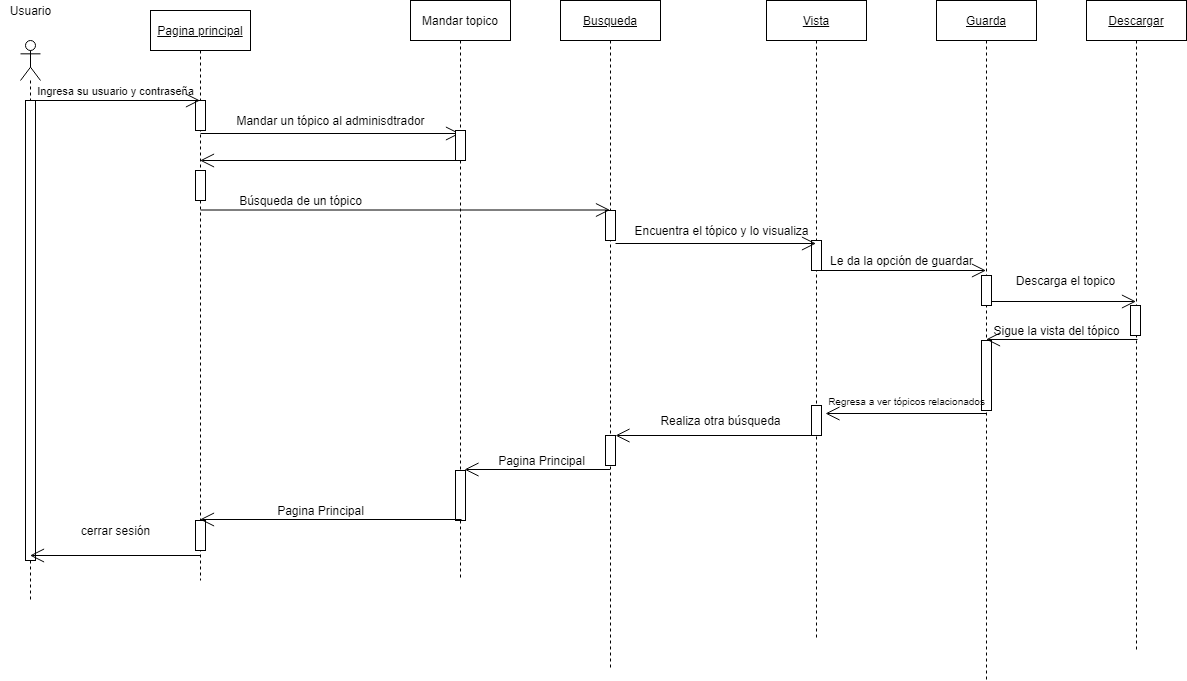
This is Diagramas/Diagramadesecuencausuario.drawio.png from vanessamRodriguez/Analisis-Avanzado-de-Software, a draw.io export, as it was before one commit. Source tidied: cells renumbered, new cells last; positions are measured from the earlier drawing's top-left corner, leaving out a move shared by most shapes. Its diagram source:
```xml
<mxGraphModel>
  <root>
    <mxCell id="0" />
    <mxCell id="1" parent="0" />
    <mxCell id="2" value="&lt;u&gt;Pagina principal&lt;/u&gt;" style="shape=umlLifeline;perimeter=lifelinePerimeter;whiteSpace=wrap;html=1;outlineConnect=0;" parent="1" vertex="1">
      <mxGeometry x="150" y="10" width="100" height="570" as="geometry" />
    </mxCell>
    <mxCell id="3" style="html=1;perimeter=orthogonalPerimeter;" parent="2" vertex="1">
      <mxGeometry x="45" y="90" width="10" height="30" as="geometry" />
    </mxCell>
    <mxCell id="4" style="endArrow=open;endFill=1;endSize=12;html=1;" parent="2" edge="1" target="38">
      <mxGeometry relative="1" as="geometry">
        <mxPoint x="50" y="123" as="sourcePoint" />
      </mxGeometry>
    </mxCell>
    <mxCell id="5" style="html=1;points=[];perimeter=orthogonalPerimeter;" parent="2" vertex="1">
      <mxGeometry x="45" y="510" width="10" height="30" as="geometry" />
    </mxCell>
    <mxCell id="6" style="html=1;perimeter=orthogonalPerimeter;" parent="2" vertex="1">
      <mxGeometry x="45" y="160" width="10" height="30" as="geometry" />
    </mxCell>
    <mxCell id="7" style="shape=umlLifeline;participant=umlActor;perimeter=lifelinePerimeter;whiteSpace=wrap;html=1;verticalAlign=top;spacingTop=36;outlineConnect=0;" parent="1" vertex="1">
      <mxGeometry x="20" y="40" width="20" height="560" as="geometry" />
    </mxCell>
    <mxCell id="8" style="endArrow=open;endFill=1;endSize=12;html=1;" parent="7" edge="1" target="2">
      <mxGeometry relative="1" as="geometry">
        <mxPoint x="10" y="60" as="sourcePoint" />
      </mxGeometry>
    </mxCell>
    <mxCell id="9" style="html=1;perimeter=orthogonalPerimeter;" parent="7" vertex="1">
      <mxGeometry x="5" y="60" width="10" height="460" as="geometry" />
    </mxCell>
    <mxCell id="10" value="Usuario" style="text;html=1;align=center;verticalAlign=middle;strokeColor=none;" parent="1" vertex="1">
      <mxGeometry width="60" height="20" as="geometry" />
    </mxCell>
    <mxCell id="11" value="&lt;font style=&quot;font-size: 11px&quot;&gt;Ingresa su usuario y contraseña&lt;/font&gt;" style="text;html=1;align=center;verticalAlign=middle;strokeColor=none;" parent="1" vertex="1">
      <mxGeometry x="30" y="80" width="170" height="20" as="geometry" />
    </mxCell>
    <mxCell id="12" value="&lt;u&gt;Busqueda&lt;/u&gt;" style="shape=umlLifeline;perimeter=lifelinePerimeter;whiteSpace=wrap;html=1;outlineConnect=0;" parent="1" vertex="1">
      <mxGeometry x="560" width="100" height="670" as="geometry" />
    </mxCell>
    <mxCell id="13" style="html=1;points=[];perimeter=orthogonalPerimeter;" parent="12" vertex="1">
      <mxGeometry x="45" y="210" width="10" height="30" as="geometry" />
    </mxCell>
    <mxCell id="14" style="html=1;points=[];perimeter=orthogonalPerimeter;" parent="12" vertex="1">
      <mxGeometry x="45" y="435" width="10" height="30" as="geometry" />
    </mxCell>
    <mxCell id="15" value="&lt;u&gt;Vista&lt;/u&gt;" style="shape=umlLifeline;perimeter=lifelinePerimeter;whiteSpace=wrap;html=1;outlineConnect=0;" parent="1" vertex="1">
      <mxGeometry x="766" width="100" height="640" as="geometry" />
    </mxCell>
    <mxCell id="16" style="html=1;perimeter=orthogonalPerimeter;" parent="15" vertex="1">
      <mxGeometry x="45" y="240" width="10" height="30" as="geometry" />
    </mxCell>
    <mxCell id="17" style="html=1;points=[];perimeter=orthogonalPerimeter;" parent="15" vertex="1">
      <mxGeometry x="45" y="405" width="10" height="30" as="geometry" />
    </mxCell>
    <mxCell id="18" value="&lt;u&gt;Guarda&lt;/u&gt;" style="shape=umlLifeline;perimeter=lifelinePerimeter;whiteSpace=wrap;html=1;outlineConnect=0;" parent="1" vertex="1">
      <mxGeometry x="936" width="100" height="680" as="geometry" />
    </mxCell>
    <mxCell id="19" style="html=1;points=[];perimeter=orthogonalPerimeter;" parent="18" vertex="1">
      <mxGeometry x="45" y="275" width="10" height="30" as="geometry" />
    </mxCell>
    <mxCell id="20" style="html=1;perimeter=orthogonalPerimeter;" parent="18" vertex="1">
      <mxGeometry x="45" y="340" width="10" height="70" as="geometry" />
    </mxCell>
    <mxCell id="21" value="Mandar un tópico al adminisdtrador" style="text;html=1;align=center;verticalAlign=middle;strokeColor=none;" parent="1" vertex="1">
      <mxGeometry x="230" y="110" width="200" height="20" as="geometry" />
    </mxCell>
    <mxCell id="22" value="Encuentra el tópico y lo visualiza" style="text;html=1;align=center;verticalAlign=middle;strokeColor=none;" parent="1" vertex="1">
      <mxGeometry x="626" y="220" width="190" height="20" as="geometry" />
    </mxCell>
    <mxCell id="23" value="Le da la opción de guardar" style="text;html=1;align=center;verticalAlign=middle;strokeColor=none;" parent="1" vertex="1">
      <mxGeometry x="821" y="250" width="160" height="20" as="geometry" />
    </mxCell>
    <mxCell id="24" style="endArrow=open;endFill=1;endSize=12;html=1;entryX=1.4;entryY=0.267;entryDx=0;entryDy=0;entryPerimeter=0;" parent="1" edge="1" source="18" target="17">
      <mxGeometry relative="1" as="geometry" />
    </mxCell>
    <mxCell id="25" value="&lt;font style=&quot;font-size: 10px&quot;&gt;Regresa a ver tópicos relacionados&lt;/font&gt;" style="text;html=1;align=center;verticalAlign=middle;strokeColor=none;" parent="1" vertex="1">
      <mxGeometry x="821" y="390" width="170" height="20" as="geometry" />
    </mxCell>
    <mxCell id="26" style="endArrow=open;endFill=1;endSize=12;html=1;" parent="1" edge="1" source="15" target="14">
      <mxGeometry relative="1" as="geometry" />
    </mxCell>
    <mxCell id="27" value="Realiza otra búsqueda" style="text;html=1;align=center;verticalAlign=middle;strokeColor=none;" parent="1" vertex="1">
      <mxGeometry x="650" y="410" width="140" height="20" as="geometry" />
    </mxCell>
    <mxCell id="28" style="endArrow=open;endFill=1;endSize=12;html=1;entryX=0.9;entryY=-0.02;entryDx=0;entryDy=0;entryPerimeter=0;" parent="1" edge="1" source="12" target="40">
      <mxGeometry relative="1" as="geometry" />
    </mxCell>
    <mxCell id="29" value="Pagina Principal" style="text;html=1;align=center;verticalAlign=middle;strokeColor=none;" parent="1" vertex="1">
      <mxGeometry x="491" y="450" width="100" height="20" as="geometry" />
    </mxCell>
    <mxCell id="30" style="endArrow=open;endFill=1;endSize=12;html=1;exitX=0.5;exitY=1.167;exitDx=0;exitDy=0;exitPerimeter=0;" parent="1" edge="1" source="5" target="7">
      <mxGeometry relative="1" as="geometry" />
    </mxCell>
    <mxCell id="31" value="cerrar sesión" style="text;html=1;align=center;verticalAlign=middle;strokeColor=none;" parent="1" vertex="1">
      <mxGeometry x="75" y="520" width="80" height="20" as="geometry" />
    </mxCell>
    <mxCell id="32" value="&lt;u&gt;Descargar&lt;/u&gt;" style="shape=umlLifeline;perimeter=lifelinePerimeter;whiteSpace=wrap;html=1;outlineConnect=0;" parent="1" vertex="1">
      <mxGeometry x="1086" width="100" height="650" as="geometry" />
    </mxCell>
    <mxCell id="33" style="html=1;points=[];perimeter=orthogonalPerimeter;" parent="32" vertex="1">
      <mxGeometry x="44" y="305" width="10" height="30" as="geometry" />
    </mxCell>
    <mxCell id="34" style="endArrow=open;endFill=1;endSize=12;html=1;exitX=1;exitY=0.867;exitDx=0;exitDy=0;exitPerimeter=0;" parent="1" edge="1" source="19" target="32">
      <mxGeometry relative="1" as="geometry" />
    </mxCell>
    <mxCell id="35" value="Descarga el topico" style="text;html=1;align=center;verticalAlign=middle;strokeColor=none;" parent="1" vertex="1">
      <mxGeometry x="1010" y="270" width="110" height="20" as="geometry" />
    </mxCell>
    <mxCell id="36" style="endArrow=open;endFill=1;endSize=12;html=1;exitX=0.7;exitY=1.133;exitDx=0;exitDy=0;exitPerimeter=0;" parent="1" edge="1" source="33" target="18">
      <mxGeometry relative="1" as="geometry" />
    </mxCell>
    <mxCell id="37" value="Sigue la vista del tópico" style="text;html=1;align=center;verticalAlign=middle;points=[];strokeColor=none;" parent="1" vertex="1">
      <mxGeometry x="986" y="320" width="140" height="20" as="geometry" />
    </mxCell>
    <mxCell id="38" value="Mandar topico" style="shape=umlLifeline;perimeter=lifelinePerimeter;whiteSpace=wrap;html=1;outlineConnect=0;" parent="1" vertex="1">
      <mxGeometry x="410" width="100" height="580" as="geometry" />
    </mxCell>
    <mxCell id="39" style="html=1;points=[];perimeter=orthogonalPerimeter;" parent="38" vertex="1">
      <mxGeometry x="45" y="130" width="10" height="30" as="geometry" />
    </mxCell>
    <mxCell id="40" style="html=1;points=[];perimeter=orthogonalPerimeter;" parent="38" vertex="1">
      <mxGeometry x="45" y="470" width="10" height="50" as="geometry" />
    </mxCell>
    <mxCell id="41" style="endArrow=open;endFill=1;endSize=12;html=1;" parent="1" edge="1" target="2">
      <mxGeometry relative="1" as="geometry">
        <mxPoint x="460" y="160" as="sourcePoint" />
      </mxGeometry>
    </mxCell>
    <mxCell id="42" style="endArrow=open;endFill=1;endSize=12;html=1;" parent="1" edge="1" target="12">
      <mxGeometry relative="1" as="geometry">
        <mxPoint x="200" y="209.5" as="sourcePoint" />
      </mxGeometry>
    </mxCell>
    <mxCell id="43" value="Búsqueda de un tópico" style="text;html=1;align=center;verticalAlign=middle;strokeColor=none;" parent="1" vertex="1">
      <mxGeometry x="230" y="190" width="140" height="20" as="geometry" />
    </mxCell>
    <mxCell id="44" style="endArrow=open;endFill=1;endSize=12;html=1;exitX=1;exitY=1.1;exitDx=0;exitDy=0;exitPerimeter=0;" parent="1" edge="1" source="13" target="15">
      <mxGeometry relative="1" as="geometry" />
    </mxCell>
    <mxCell id="45" style="endArrow=open;endFill=1;endSize=12;html=1;exitX=0.6;exitY=0.98;exitDx=0;exitDy=0;exitPerimeter=0;" parent="1" edge="1" source="40" target="2">
      <mxGeometry relative="1" as="geometry" />
    </mxCell>
    <mxCell id="46" value="Pagina Principal" style="text;html=1;align=center;verticalAlign=middle;strokeColor=none;" parent="1" vertex="1">
      <mxGeometry x="270" y="500" width="100" height="20" as="geometry" />
    </mxCell>
    <mxCell id="47" style="endArrow=open;endFill=1;endSize=12;html=1;" parent="1" edge="1" target="18">
      <mxGeometry relative="1" as="geometry">
        <mxPoint x="821" y="270" as="sourcePoint" />
      </mxGeometry>
    </mxCell>
  </root>
</mxGraphModel>
```
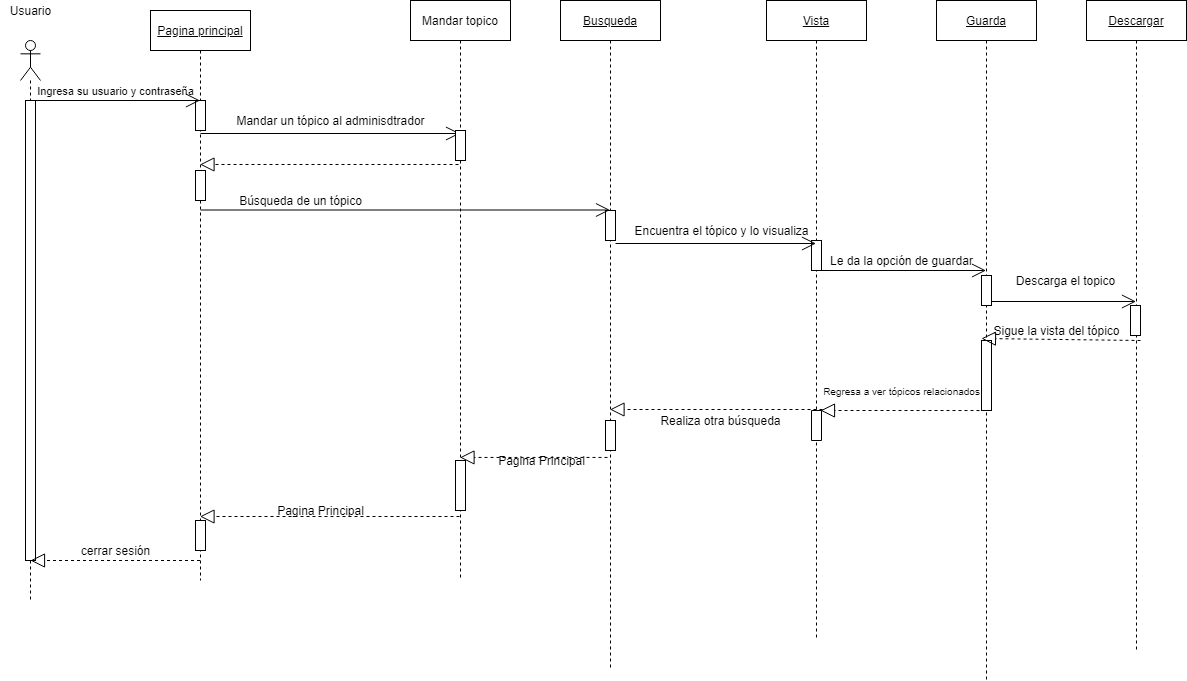
Above is the later version.

Diff of the diagram source:
```diff
@@ -43,7 +43,7 @@
       <mxGeometry x="45" y="210" width="10" height="30" as="geometry" />
     </mxCell>
     <mxCell id="14" style="html=1;points=[];perimeter=orthogonalPerimeter;" parent="12" vertex="1">
-      <mxGeometry x="45" y="435" width="10" height="30" as="geometry" />
+      <mxGeometry x="45" y="420" width="10" height="30" as="geometry" />
     </mxCell>
     <mxCell id="15" value="&lt;u&gt;Vista&lt;/u&gt;" style="shape=umlLifeline;perimeter=lifelinePerimeter;whiteSpace=wrap;html=1;outlineConnect=0;" parent="1" vertex="1">
       <mxGeometry x="766" width="100" height="640" as="geometry" />
@@ -51,8 +51,8 @@
     <mxCell id="16" style="html=1;perimeter=orthogonalPerimeter;" parent="15" vertex="1">
       <mxGeometry x="45" y="240" width="10" height="30" as="geometry" />
     </mxCell>
-    <mxCell id="17" style="html=1;points=[];perimeter=orthogonalPerimeter;" parent="15" vertex="1">
-      <mxGeometry x="45" y="405" width="10" height="30" as="geometry" />
+    <mxCell id="17" style="html=1;points=[];perimeter=orthogonalPerimeter;direction=west;" parent="15" vertex="1">
+      <mxGeometry x="45" y="410" width="10" height="30" as="geometry" />
     </mxCell>
     <mxCell id="18" value="&lt;u&gt;Guarda&lt;/u&gt;" style="shape=umlLifeline;perimeter=lifelinePerimeter;whiteSpace=wrap;html=1;outlineConnect=0;" parent="1" vertex="1">
       <mxGeometry x="936" width="100" height="680" as="geometry" />
@@ -72,29 +72,17 @@
     <mxCell id="23" value="Le da la opción de guardar" style="text;html=1;align=center;verticalAlign=middle;strokeColor=none;" parent="1" vertex="1">
       <mxGeometry x="821" y="250" width="160" height="20" as="geometry" />
     </mxCell>
-    <mxCell id="24" style="endArrow=open;endFill=1;endSize=12;html=1;entryX=1.4;entryY=0.267;entryDx=0;entryDy=0;entryPerimeter=0;" parent="1" edge="1" source="18" target="17">
-      <mxGeometry relative="1" as="geometry" />
-    </mxCell>
     <mxCell id="25" value="&lt;font style=&quot;font-size: 10px&quot;&gt;Regresa a ver tópicos relacionados&lt;/font&gt;" style="text;html=1;align=center;verticalAlign=middle;strokeColor=none;" parent="1" vertex="1">
-      <mxGeometry x="821" y="390" width="170" height="20" as="geometry" />
+      <mxGeometry x="816" y="380" width="170" height="20" as="geometry" />
     </mxCell>
-    <mxCell id="26" style="endArrow=open;endFill=1;endSize=12;html=1;" parent="1" edge="1" source="15" target="14">
-      <mxGeometry relative="1" as="geometry" />
-    </mxCell>
     <mxCell id="27" value="Realiza otra búsqueda" style="text;html=1;align=center;verticalAlign=middle;strokeColor=none;" parent="1" vertex="1">
       <mxGeometry x="650" y="410" width="140" height="20" as="geometry" />
     </mxCell>
-    <mxCell id="28" style="endArrow=open;endFill=1;endSize=12;html=1;entryX=0.9;entryY=-0.02;entryDx=0;entryDy=0;entryPerimeter=0;" parent="1" edge="1" source="12" target="40">
-      <mxGeometry relative="1" as="geometry" />
-    </mxCell>
     <mxCell id="29" value="Pagina Principal" style="text;html=1;align=center;verticalAlign=middle;strokeColor=none;" parent="1" vertex="1">
       <mxGeometry x="491" y="450" width="100" height="20" as="geometry" />
     </mxCell>
-    <mxCell id="30" style="endArrow=open;endFill=1;endSize=12;html=1;exitX=0.5;exitY=1.167;exitDx=0;exitDy=0;exitPerimeter=0;" parent="1" edge="1" source="5" target="7">
-      <mxGeometry relative="1" as="geometry" />
-    </mxCell>
     <mxCell id="31" value="cerrar sesión" style="text;html=1;align=center;verticalAlign=middle;strokeColor=none;" parent="1" vertex="1">
-      <mxGeometry x="75" y="520" width="80" height="20" as="geometry" />
+      <mxGeometry x="75" y="540" width="80" height="20" as="geometry" />
     </mxCell>
     <mxCell id="32" value="&lt;u&gt;Descargar&lt;/u&gt;" style="shape=umlLifeline;perimeter=lifelinePerimeter;whiteSpace=wrap;html=1;outlineConnect=0;" parent="1" vertex="1">
       <mxGeometry x="1086" width="100" height="650" as="geometry" />
@@ -108,9 +96,6 @@
     <mxCell id="35" value="Descarga el topico" style="text;html=1;align=center;verticalAlign=middle;strokeColor=none;" parent="1" vertex="1">
       <mxGeometry x="1010" y="270" width="110" height="20" as="geometry" />
     </mxCell>
-    <mxCell id="36" style="endArrow=open;endFill=1;endSize=12;html=1;exitX=0.7;exitY=1.133;exitDx=0;exitDy=0;exitPerimeter=0;" parent="1" edge="1" source="33" target="18">
-      <mxGeometry relative="1" as="geometry" />
-    </mxCell>
     <mxCell id="37" value="Sigue la vista del tópico" style="text;html=1;align=center;verticalAlign=middle;points=[];strokeColor=none;" parent="1" vertex="1">
       <mxGeometry x="986" y="320" width="140" height="20" as="geometry" />
     </mxCell>
@@ -121,13 +106,8 @@
       <mxGeometry x="45" y="130" width="10" height="30" as="geometry" />
     </mxCell>
     <mxCell id="40" style="html=1;points=[];perimeter=orthogonalPerimeter;" parent="38" vertex="1">
-      <mxGeometry x="45" y="470" width="10" height="50" as="geometry" />
+      <mxGeometry x="45" y="460" width="10" height="50" as="geometry" />
     </mxCell>
-    <mxCell id="41" style="endArrow=open;endFill=1;endSize=12;html=1;" parent="1" edge="1" target="2">
-      <mxGeometry relative="1" as="geometry">
-        <mxPoint x="460" y="160" as="sourcePoint" />
-      </mxGeometry>
-    </mxCell>
     <mxCell id="42" style="endArrow=open;endFill=1;endSize=12;html=1;" parent="1" edge="1" target="12">
       <mxGeometry relative="1" as="geometry">
         <mxPoint x="200" y="209.5" as="sourcePoint" />
@@ -139,9 +119,6 @@
     <mxCell id="44" style="endArrow=open;endFill=1;endSize=12;html=1;exitX=1;exitY=1.1;exitDx=0;exitDy=0;exitPerimeter=0;" parent="1" edge="1" source="13" target="15">
       <mxGeometry relative="1" as="geometry" />
     </mxCell>
-    <mxCell id="45" style="endArrow=open;endFill=1;endSize=12;html=1;exitX=0.6;exitY=0.98;exitDx=0;exitDy=0;exitPerimeter=0;" parent="1" edge="1" source="40" target="2">
-      <mxGeometry relative="1" as="geometry" />
-    </mxCell>
     <mxCell id="46" value="Pagina Principal" style="text;html=1;align=center;verticalAlign=middle;strokeColor=none;" parent="1" vertex="1">
       <mxGeometry x="270" y="500" width="100" height="20" as="geometry" />
     </mxCell>
@@ -150,5 +127,30 @@
         <mxPoint x="821" y="270" as="sourcePoint" />
       </mxGeometry>
     </mxCell>
+    <mxCell id="48" style="endArrow=block;dashed=1;endFill=0;endSize=12;html=1;exitX=0.3;exitY=1.133;exitDx=0;exitDy=0;exitPerimeter=0;" parent="1" edge="1" source="39" target="2">
+      <mxGeometry relative="1" as="geometry" />
+    </mxCell>
+    <mxCell id="45" style="endArrow=block;dashed=1;endFill=0;endSize=12;html=1;exitX=0.4;exitY=1.12;exitDx=0;exitDy=0;exitPerimeter=0;" parent="1" edge="1" source="40" target="2">
+      <mxGeometry relative="1" as="geometry" />
+    </mxCell>
+    <mxCell id="49" style="endArrow=block;dashed=1;endFill=0;endSize=12;html=1;" parent="1" edge="1" source="2">
+      <mxGeometry relative="1" as="geometry">
+        <mxPoint x="30" y="560" as="targetPoint" />
+      </mxGeometry>
+    </mxCell>
+    <mxCell id="50" style="endArrow=block;dashed=1;endFill=0;endSize=12;html=1;exitX=0.47;exitY=0.682;exitDx=0;exitDy=0;exitPerimeter=0;" parent="1" edge="1" source="12" target="38">
+      <mxGeometry relative="1" as="geometry" />
+    </mxCell>
+    <mxCell id="51" style="endArrow=block;dashed=1;endFill=0;endSize=12;html=1;exitX=-0.1;exitY=1.033;exitDx=0;exitDy=0;exitPerimeter=0;" parent="1" edge="1" source="17" target="12">
+      <mxGeometry relative="1" as="geometry" />
+    </mxCell>
+    <mxCell id="52" style="endArrow=block;dashed=1;endFill=0;endSize=12;html=1;exitX=0.49;exitY=0.603;exitDx=0;exitDy=0;exitPerimeter=0;" parent="1" edge="1" source="18">
+      <mxGeometry relative="1" as="geometry">
+        <mxPoint x="820" y="410" as="targetPoint" />
+      </mxGeometry>
+    </mxCell>
+    <mxCell id="53" style="endArrow=block;dashed=1;endFill=0;endSize=12;html=1;exitX=1;exitY=1.167;exitDx=0;exitDy=0;exitPerimeter=0;entryX=-0.036;entryY=0.9;entryDx=0;entryDy=0;entryPerimeter=0;" parent="1" edge="1" source="33" target="37">
+      <mxGeometry relative="1" as="geometry" />
+    </mxCell>
   </root>
 </mxGraphModel>
```
